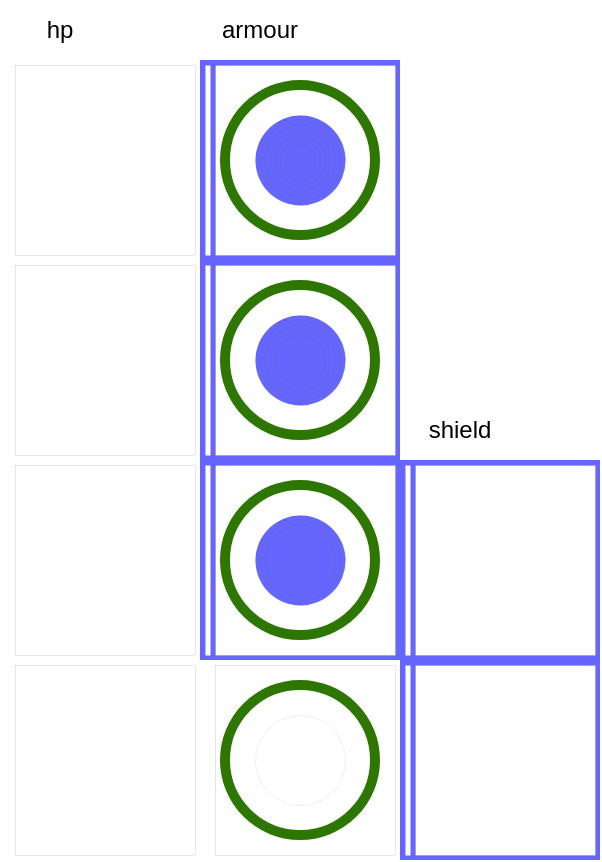
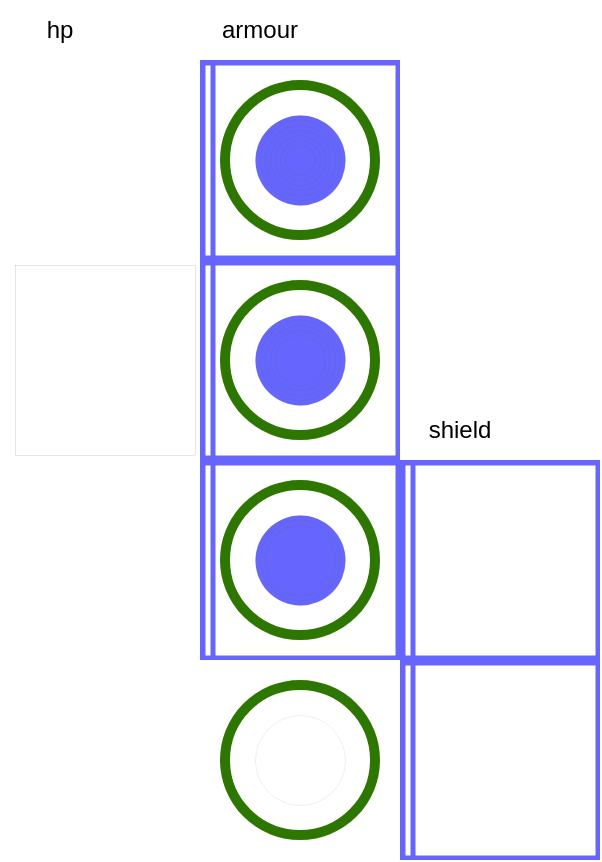
<mxfile host="app.diagrams.net">
  <diagram name="Page-1" id="KikZnoemQzJRmgo_Nf1N">
-     <mxGraphModel dx="1343" dy="951" grid="1" gridSize="10" guides="1" tooltips="1" connect="1" arrows="1" fold="1" page="0" pageScale="1" pageWidth="827" pageHeight="1169" background="light-dark(#FFFFFF,#000000)" math="0" shadow="0">
+     <mxGraphModel dx="920" dy="871" grid="1" gridSize="10" guides="1" tooltips="1" connect="1" arrows="1" fold="1" page="0" pageScale="1" pageWidth="827" pageHeight="1169" background="light-dark(#FFFFFF,#000000)" math="0" shadow="0">
      <root>
        <mxCell id="0" />
        <mxCell id="1" parent="0" />
        <mxCell id="3jn33aCC5bAfk1X9Khsv-44" parent="1" style="rounded=0;whiteSpace=wrap;html=1;strokeColor=none;fillStyle=solid;fillColor=light-dark(#6666FF,#001933);" value="" vertex="1">
          <mxGeometry height="100" width="100" x="50" y="-50" as="geometry" />
        </mxCell>
-         <mxCell id="3jn33aCC5bAfk1X9Khsv-45" parent="1" style="rounded=0;whiteSpace=wrap;html=1;fillColor=light-dark(#FFFFFF,#007FFF);strokeColor=light-dark(#000000,#000000);strokeWidth=0;perimeterSpacing=0;glass=0;shadow=0;" value="" vertex="1">
+         <mxCell id="3jn33aCC5bAfk1X9Khsv-45" parent="1" style="rounded=0;whiteSpace=wrap;html=1;fillColor=light-dark(#FFFFFF,#007FFF);strokeColor=none;strokeWidth=0;perimeterSpacing=0;glass=0;shadow=0;" value="" vertex="1">
          <mxGeometry height="95" width="90" x="57.5" y="-47.5" as="geometry" />
        </mxCell>
        <mxCell id="3jn33aCC5bAfk1X9Khsv-8" parent="1" style="rounded=0;whiteSpace=wrap;html=1;strokeColor=none;fillStyle=solid;fillColor=light-dark(#6666FF,#003300);" value="" vertex="1">
          <mxGeometry height="100" width="100" x="-50" y="-50" as="geometry" />
        </mxCell>
-         <mxCell id="3jn33aCC5bAfk1X9Khsv-1" parent="1" style="rounded=0;whiteSpace=wrap;html=1;fillColor=light-dark(#FFFFFF,#00CC00);strokeColor=light-dark(#000000,#000000);strokeWidth=0;perimeterSpacing=0;glass=0;shadow=0;" value="" vertex="1">
+         <mxCell id="3jn33aCC5bAfk1X9Khsv-1" parent="1" style="rounded=0;whiteSpace=wrap;html=1;fillColor=light-dark(#FFFFFF,#00CC00);strokeColor=none;strokeWidth=0;perimeterSpacing=0;glass=0;shadow=0;" value="" vertex="1">
          <mxGeometry height="95" width="90" x="-42.5" y="-47.5" as="geometry" />
        </mxCell>
        <mxCell id="3jn33aCC5bAfk1X9Khsv-5" parent="1" style="ellipse;whiteSpace=wrap;html=1;aspect=fixed;fillColor=none;fontColor=#ffffff;strokeColor=light-dark(#2D7600,#6600CC);fillStyle=solid;gradientColor=default;gradientDirection=radial;strokeWidth=5;" value="" vertex="1">
          <mxGeometry height="75" width="75" x="-37.5" y="-37.5" as="geometry" />
        </mxCell>
        <mxCell id="3jn33aCC5bAfk1X9Khsv-6" parent="1" style="ellipse;whiteSpace=wrap;html=1;aspect=fixed;fillColor=light-dark(#6666FF,#3333FF);fontColor=#ffffff;strokeColor=light-dark(#2D7600,#3333FF);fillStyle=auto;gradientColor=none;gradientDirection=radial;strokeWidth=0;" value="" vertex="1">
          <mxGeometry height="45" width="45" x="-22.5" y="-22.5" as="geometry" />
        </mxCell>
        <mxCell id="3jn33aCC5bAfk1X9Khsv-19" parent="1" style="rounded=0;whiteSpace=wrap;html=1;fillColor=light-dark(#FFFFFF,#00FF00);strokeColor=none;strokeWidth=0;" value="" vertex="1">
          <mxGeometry height="95" width="2.5" x="-47.5" y="-47.5" as="geometry" />
        </mxCell>
        <mxCell id="3jn33aCC5bAfk1X9Khsv-24" parent="1" style="rounded=0;whiteSpace=wrap;html=1;strokeColor=none;fillStyle=solid;fillColor=light-dark(#FFFFFF,#1A1A1A);" value="" vertex="1">
          <mxGeometry height="100" width="100" x="-50" y="50" as="geometry" />
        </mxCell>
-         <mxCell id="3jn33aCC5bAfk1X9Khsv-25" parent="1" style="rounded=0;whiteSpace=wrap;html=1;fillColor=light-dark(#FFFFFF,#808080);strokeColor=light-dark(#000000,#000000);strokeWidth=0;perimeterSpacing=0;glass=0;shadow=0;" value="" vertex="1">
+         <mxCell id="3jn33aCC5bAfk1X9Khsv-25" parent="1" style="rounded=0;whiteSpace=wrap;html=1;fillColor=light-dark(#FFFFFF,#808080);strokeColor=none;strokeWidth=0;perimeterSpacing=0;glass=0;shadow=0;" value="" vertex="1">
          <mxGeometry height="95" width="90" x="-42.5" y="52.5" as="geometry" />
        </mxCell>
        <mxCell id="3jn33aCC5bAfk1X9Khsv-26" parent="1" style="ellipse;whiteSpace=wrap;html=1;aspect=fixed;fillColor=none;fontColor=#ffffff;strokeColor=light-dark(#2D7600,#1A1A1A);fillStyle=auto;gradientColor=none;gradientDirection=north;strokeWidth=5;" value="" vertex="1">
          <mxGeometry height="75" width="75" x="-37.5" y="62.5" as="geometry" />
        </mxCell>
        <mxCell id="3jn33aCC5bAfk1X9Khsv-27" parent="1" style="ellipse;whiteSpace=wrap;html=1;aspect=fixed;fillColor=light-dark(transparent,#1A1A1A);fontColor=#ffffff;strokeColor=light-dark(#2D7600,#000000);fillStyle=auto;gradientColor=none;gradientDirection=radial;strokeWidth=0;" value="" vertex="1">
          <mxGeometry height="45" width="45" x="-22.5" y="77.5" as="geometry" />
        </mxCell>
        <mxCell id="3jn33aCC5bAfk1X9Khsv-28" parent="1" style="rounded=0;whiteSpace=wrap;html=1;fillColor=light-dark(#FFFFFF,#000000);strokeColor=none;strokeWidth=0;" value="" vertex="1">
          <mxGeometry height="95" width="2.5" x="-47.5" y="52.5" as="geometry" />
        </mxCell>
        <mxCell id="3jn33aCC5bAfk1X9Khsv-29" parent="1" style="text;html=1;whiteSpace=wrap;strokeColor=none;fillColor=none;align=center;verticalAlign=middle;rounded=0;" value="shield" vertex="1">
          <mxGeometry height="30" width="60" x="50" y="-80" as="geometry" />
        </mxCell>
-         <mxCell id="3jn33aCC5bAfk1X9Khsv-48" parent="1" style="rounded=0;whiteSpace=wrap;html=1;fillColor=light-dark(#FFFFFF,#00FF00);strokeColor=none;strokeWidth=0;" value="" vertex="1">
+         <mxCell id="3jn33aCC5bAfk1X9Khsv-48" parent="1" style="rounded=0;whiteSpace=wrap;html=1;fillColor=light-dark(#FFFFFF,#00FFFF);strokeColor=none;strokeWidth=0;" value="" vertex="1">
          <mxGeometry height="95" width="2.5" x="52.5" y="-47.5" as="geometry" />
        </mxCell>
        <mxCell id="3jn33aCC5bAfk1X9Khsv-51" parent="1" style="shape=xor;whiteSpace=wrap;html=1;rotation=90;strokeColor=none;fillColor=light-dark(#FFFFFF,#3333FF);" value="" vertex="1">
          <mxGeometry height="75" width="75" x="62.5" y="-37.5" as="geometry" />
        </mxCell>
        <mxCell id="3jn33aCC5bAfk1X9Khsv-54" parent="1" style="rounded=0;whiteSpace=wrap;html=1;strokeColor=none;fillStyle=solid;fillColor=light-dark(#6666FF,#1A1A1A);" value="" vertex="1">
          <mxGeometry height="100" width="100" x="50" y="50" as="geometry" />
        </mxCell>
-         <mxCell id="3jn33aCC5bAfk1X9Khsv-55" parent="1" style="rounded=0;whiteSpace=wrap;html=1;fillColor=light-dark(#FFFFFF,#808080);strokeColor=light-dark(#000000,#000000);strokeWidth=0;perimeterSpacing=0;glass=0;shadow=0;" value="" vertex="1">
+         <mxCell id="3jn33aCC5bAfk1X9Khsv-55" parent="1" style="rounded=0;whiteSpace=wrap;html=1;fillColor=light-dark(#FFFFFF,#808080);strokeColor=none;strokeWidth=0;perimeterSpacing=0;glass=0;shadow=0;" value="" vertex="1">
          <mxGeometry height="95" width="90" x="57.5" y="52.5" as="geometry" />
        </mxCell>
        <mxCell id="3jn33aCC5bAfk1X9Khsv-56" parent="1" style="rounded=0;whiteSpace=wrap;html=1;fillColor=light-dark(#FFFFFF,#000000);strokeColor=none;strokeWidth=0;" value="" vertex="1">
          <mxGeometry height="95" width="2.5" x="52.5" y="52.5" as="geometry" />
        </mxCell>
        <mxCell id="3jn33aCC5bAfk1X9Khsv-57" parent="1" style="shape=xor;whiteSpace=wrap;html=1;rotation=90;strokeColor=none;fillColor=light-dark(#FFFFFF,#1A1A1A);" value="" vertex="1">
          <mxGeometry height="75" width="75" x="62.5" y="62.5" as="geometry" />
        </mxCell>
        <mxCell id="3jn33aCC5bAfk1X9Khsv-58" parent="1" style="text;html=1;whiteSpace=wrap;strokeColor=none;fillColor=none;align=center;verticalAlign=middle;rounded=0;" value="armour" vertex="1">
          <mxGeometry height="30" width="60" x="-50" y="-280" as="geometry" />
        </mxCell>
        <mxCell id="3jn33aCC5bAfk1X9Khsv-59" parent="1" style="rounded=0;whiteSpace=wrap;html=1;strokeColor=none;fillStyle=solid;fillColor=light-dark(#6666FF,#001933);" value="" vertex="1">
          <mxGeometry height="100" width="100" x="-50" y="-150" as="geometry" />
        </mxCell>
-         <mxCell id="3jn33aCC5bAfk1X9Khsv-60" parent="1" style="rounded=0;whiteSpace=wrap;html=1;fillColor=light-dark(#FFFFFF,#007FFF);strokeColor=light-dark(#000000,#000000);strokeWidth=0;perimeterSpacing=0;glass=0;shadow=0;" value="" vertex="1">
+         <mxCell id="3jn33aCC5bAfk1X9Khsv-60" parent="1" style="rounded=0;whiteSpace=wrap;html=1;fillColor=light-dark(#FFFFFF,#007FFF);strokeColor=none;strokeWidth=0;perimeterSpacing=0;glass=0;shadow=0;" value="" vertex="1">
          <mxGeometry height="95" width="90" x="-42.5" y="-147.5" as="geometry" />
        </mxCell>
        <mxCell id="3jn33aCC5bAfk1X9Khsv-61" parent="1" style="ellipse;whiteSpace=wrap;html=1;aspect=fixed;fillColor=none;fontColor=#ffffff;strokeColor=light-dark(#2D7600,#00CC00);fillStyle=solid;gradientColor=default;gradientDirection=radial;strokeWidth=5;" value="" vertex="1">
          <mxGeometry height="75" width="75" x="-37.5" y="-137.5" as="geometry" />
        </mxCell>
        <mxCell id="3jn33aCC5bAfk1X9Khsv-62" parent="1" style="ellipse;whiteSpace=wrap;html=1;aspect=fixed;fillColor=light-dark(#6666FF,#FFFF00);fontColor=#ffffff;strokeColor=light-dark(#2D7600,#3333FF);fillStyle=auto;gradientColor=none;gradientDirection=radial;strokeWidth=0;" value="" vertex="1">
          <mxGeometry height="45" width="45" x="-22.5" y="-122.5" as="geometry" />
        </mxCell>
        <mxCell id="3jn33aCC5bAfk1X9Khsv-63" parent="1" style="rounded=0;whiteSpace=wrap;html=1;fillColor=light-dark(#FFFFFF,#00FFFF);strokeColor=none;strokeWidth=0;" value="" vertex="1">
          <mxGeometry height="95" width="2.5" x="-47.5" y="-147.5" as="geometry" />
        </mxCell>
        <mxCell id="3jn33aCC5bAfk1X9Khsv-64" parent="1" style="rounded=0;whiteSpace=wrap;html=1;strokeColor=none;fillStyle=solid;fillColor=light-dark(#6666FF,#330033);" value="" vertex="1">
          <mxGeometry height="100" width="100" x="-50" y="-250" as="geometry" />
        </mxCell>
-         <mxCell id="3jn33aCC5bAfk1X9Khsv-65" parent="1" style="rounded=0;whiteSpace=wrap;html=1;fillColor=light-dark(#FFFFFF,#990099);strokeColor=light-dark(#000000,#000000);strokeWidth=0;perimeterSpacing=0;glass=0;shadow=0;" value="" vertex="1">
+         <mxCell id="3jn33aCC5bAfk1X9Khsv-65" parent="1" style="rounded=0;whiteSpace=wrap;html=1;fillColor=light-dark(#FFFFFF,#990099);strokeColor=none;strokeWidth=0;perimeterSpacing=0;glass=0;shadow=0;" value="" vertex="1">
          <mxGeometry height="95" width="90" x="-42.5" y="-247.5" as="geometry" />
        </mxCell>
        <mxCell id="3jn33aCC5bAfk1X9Khsv-66" parent="1" style="ellipse;whiteSpace=wrap;html=1;aspect=fixed;fillColor=none;fontColor=#ffffff;strokeColor=light-dark(#2D7600,#4C0099);fillStyle=solid;gradientColor=default;gradientDirection=radial;strokeWidth=5;" value="" vertex="1">
          <mxGeometry height="75" width="75" x="-37.5" y="-237.5" as="geometry" />
        </mxCell>
        <mxCell id="3jn33aCC5bAfk1X9Khsv-67" parent="1" style="ellipse;whiteSpace=wrap;html=1;aspect=fixed;fillColor=light-dark(#6666FF,#FF0000);fontColor=#ffffff;strokeColor=light-dark(#2D7600,#FF0000);fillStyle=auto;gradientColor=none;gradientDirection=radial;strokeWidth=0;" value="" vertex="1">
          <mxGeometry height="45" width="45" x="-22.5" y="-222.5" as="geometry" />
        </mxCell>
        <mxCell id="3jn33aCC5bAfk1X9Khsv-68" parent="1" style="rounded=0;whiteSpace=wrap;html=1;fillColor=light-dark(#FFFFFF,#FF00FF);strokeColor=none;strokeWidth=0;" value="" vertex="1">
          <mxGeometry height="95" width="2.5" x="-47.5" y="-247.5" as="geometry" />
        </mxCell>
        <mxCell id="3jn33aCC5bAfk1X9Khsv-69" parent="1" style="ellipse;whiteSpace=wrap;html=1;aspect=fixed;fillColor=light-dark(#6666FF,#FFFF00);fontColor=#ffffff;strokeColor=light-dark(#2D7600,#FF0000);fillStyle=auto;gradientColor=none;gradientDirection=radial;strokeWidth=0;" value="" vertex="1">
          <mxGeometry height="40" width="40" x="-20" y="-220" as="geometry" />
        </mxCell>
        <mxCell id="3jn33aCC5bAfk1X9Khsv-70" parent="1" style="ellipse;whiteSpace=wrap;html=1;aspect=fixed;fillColor=light-dark(#6666FF,#FF0000);fontColor=#ffffff;strokeColor=light-dark(#2D7600,#FF0000);fillStyle=auto;gradientColor=none;gradientDirection=radial;strokeWidth=0;" value="" vertex="1">
          <mxGeometry height="35" width="35" x="-17.5" y="-217.5" as="geometry" />
        </mxCell>
        <mxCell id="3jn33aCC5bAfk1X9Khsv-71" parent="1" style="ellipse;whiteSpace=wrap;html=1;aspect=fixed;fillColor=light-dark(#6666FF,#FFFF00);fontColor=#ffffff;strokeColor=light-dark(#2D7600,#FF0000);fillStyle=auto;gradientColor=none;gradientDirection=radial;strokeWidth=0;" value="" vertex="1">
          <mxGeometry height="30" width="30" x="-15" y="-215" as="geometry" />
        </mxCell>
        <mxCell id="3jn33aCC5bAfk1X9Khsv-72" parent="1" style="ellipse;whiteSpace=wrap;html=1;aspect=fixed;fillColor=light-dark(#6666FF,#FF0000);fontColor=#ffffff;strokeColor=light-dark(#2D7600,#FF0000);fillStyle=auto;gradientColor=none;gradientDirection=radial;strokeWidth=0;" value="" vertex="1">
          <mxGeometry height="25" width="25" x="-12.5" y="-212.5" as="geometry" />
        </mxCell>
        <mxCell id="3jn33aCC5bAfk1X9Khsv-73" parent="1" style="ellipse;whiteSpace=wrap;html=1;aspect=fixed;fillColor=light-dark(#6666FF,#FFFF00);fontColor=#ffffff;strokeColor=light-dark(#2D7600,#FF0000);fillStyle=auto;gradientColor=none;gradientDirection=radial;strokeWidth=0;" value="" vertex="1">
          <mxGeometry height="20" width="20" x="-10" y="-210" as="geometry" />
        </mxCell>
        <mxCell id="3jn33aCC5bAfk1X9Khsv-74" parent="1" style="ellipse;whiteSpace=wrap;html=1;aspect=fixed;fillColor=light-dark(#6666FF,#FF0000);fontColor=#ffffff;strokeColor=light-dark(#2D7600,#FF0000);fillStyle=auto;gradientColor=none;gradientDirection=radial;strokeWidth=0;" value="" vertex="1">
          <mxGeometry height="15" width="15" x="-7.5" y="-207.5" as="geometry" />
        </mxCell>
        <mxCell id="3jn33aCC5bAfk1X9Khsv-75" parent="1" style="ellipse;whiteSpace=wrap;html=1;aspect=fixed;fillColor=light-dark(#6666FF,#7F00FF);fontColor=#ffffff;strokeColor=light-dark(#2D7600,#FF0000);fillStyle=auto;gradientColor=none;gradientDirection=radial;strokeWidth=0;" value="" vertex="1">
          <mxGeometry height="40" width="40" x="-20" y="-20" as="geometry" />
        </mxCell>
        <mxCell id="3jn33aCC5bAfk1X9Khsv-76" parent="1" style="ellipse;whiteSpace=wrap;html=1;aspect=fixed;fillColor=light-dark(#6666FF,#3333FF);fontColor=#ffffff;strokeColor=light-dark(#2D7600,#FF0000);fillStyle=auto;gradientColor=none;gradientDirection=radial;strokeWidth=0;" value="" vertex="1">
          <mxGeometry height="35" width="35" x="-17.5" y="-17.5" as="geometry" />
        </mxCell>
        <mxCell id="3jn33aCC5bAfk1X9Khsv-77" parent="1" style="ellipse;whiteSpace=wrap;html=1;aspect=fixed;fillColor=light-dark(#6666FF,#009900);fontColor=#ffffff;strokeColor=light-dark(#2D7600,#FF0000);fillStyle=auto;gradientColor=none;gradientDirection=radial;strokeWidth=0;" value="" vertex="1">
          <mxGeometry height="40" width="40" x="-20" y="-120" as="geometry" />
        </mxCell>
        <mxCell id="3jn33aCC5bAfk1X9Khsv-78" parent="1" style="ellipse;whiteSpace=wrap;html=1;aspect=fixed;fillColor=light-dark(#6666FF,#FFFF00);fontColor=#ffffff;strokeColor=light-dark(#2D7600,#FF0000);fillStyle=auto;gradientColor=none;gradientDirection=radial;strokeWidth=0;" value="" vertex="1">
          <mxGeometry height="35" width="35" x="-17.5" y="-117.5" as="geometry" />
        </mxCell>
        <mxCell id="3jn33aCC5bAfk1X9Khsv-80" parent="1" style="ellipse;whiteSpace=wrap;html=1;aspect=fixed;fillColor=light-dark(#6666FF,#009900);fontColor=#ffffff;strokeColor=light-dark(#2D7600,#FF0000);fillStyle=auto;gradientColor=none;gradientDirection=radial;strokeWidth=0;" value="" vertex="1">
          <mxGeometry height="30" width="30" x="-15" y="-115" as="geometry" />
        </mxCell>
        <mxCell id="3jn33aCC5bAfk1X9Khsv-79" parent="1" style="ellipse;whiteSpace=wrap;html=1;aspect=fixed;fillColor=light-dark(#6666FF,#FFFF00);fontColor=#ffffff;strokeColor=light-dark(#2D7600,#FF0000);fillStyle=auto;gradientColor=none;gradientDirection=radial;strokeWidth=0;" value="" vertex="1">
          <mxGeometry height="25" width="25" x="-12.5" y="-112.5" as="geometry" />
        </mxCell>
        <mxCell id="pmXUl5aB7eLbw3uOuLim-1" parent="1" style="rounded=0;whiteSpace=wrap;html=1;strokeColor=none;fillStyle=solid;fillColor=light-dark(#FFFFFF,#330000);" value="" vertex="1">
          <mxGeometry height="100" width="100" x="-150" y="50" as="geometry" />
        </mxCell>
-         <mxCell id="pmXUl5aB7eLbw3uOuLim-2" parent="1" style="rounded=0;whiteSpace=wrap;html=1;fillColor=light-dark(#FFFFFF,#990000);strokeColor=light-dark(#000000,#000000);strokeWidth=0;perimeterSpacing=0;glass=0;shadow=0;" value="" vertex="1">
+         <mxCell id="pmXUl5aB7eLbw3uOuLim-2" parent="1" style="rounded=0;whiteSpace=wrap;html=1;fillColor=light-dark(#FFFFFF,#990000);strokeColor=none;strokeWidth=0;perimeterSpacing=0;glass=0;shadow=0;" value="" vertex="1">
          <mxGeometry height="95" width="90" x="-142.5" y="52.5" as="geometry" />
        </mxCell>
        <mxCell id="pmXUl5aB7eLbw3uOuLim-5" parent="1" style="rounded=0;whiteSpace=wrap;html=1;fillColor=light-dark(#FFFFFF,#FF0000);strokeColor=none;strokeWidth=0;" value="" vertex="1">
          <mxGeometry height="95" width="2.5" x="-147.5" y="52.5" as="geometry" />
        </mxCell>
-         <mxCell id="pmXUl5aB7eLbw3uOuLim-6" parent="1" style="rounded=0;whiteSpace=wrap;html=1;fillColor=light-dark(#FFFFFF,#009900);strokeColor=none;" value="" vertex="1">
+         <mxCell id="pmXUl5aB7eLbw3uOuLim-6" parent="1" style="rounded=0;whiteSpace=wrap;html=1;fillColor=light-dark(#FFFFFF,#009900);strokeColor=none;fillStyle=auto;" value="" vertex="1">
          <mxGeometry height="15" width="60" x="-130" y="92.5" as="geometry" />
        </mxCell>
-         <mxCell id="pmXUl5aB7eLbw3uOuLim-7" parent="1" style="rounded=0;whiteSpace=wrap;html=1;rotation=90;fillColor=light-dark(#FFFFFF,#009900);strokeColor=none;" value="" vertex="1">
+         <mxCell id="pmXUl5aB7eLbw3uOuLim-7" parent="1" style="rounded=0;whiteSpace=wrap;html=1;rotation=90;fillColor=light-dark(#FFFFFF,#009900);strokeColor=none;fillStyle=auto;" value="" vertex="1">
          <mxGeometry height="15" width="60" x="-130" y="92.5" as="geometry" />
        </mxCell>
        <mxCell id="pmXUl5aB7eLbw3uOuLim-8" parent="1" style="rounded=0;whiteSpace=wrap;html=1;strokeColor=none;fillStyle=solid;fillColor=light-dark(#FFFFFF,#003300);" value="" vertex="1">
          <mxGeometry height="100" width="100" x="-150" y="-50" as="geometry" />
        </mxCell>
-         <mxCell id="pmXUl5aB7eLbw3uOuLim-9" parent="1" style="rounded=0;whiteSpace=wrap;html=1;fillColor=light-dark(#FFFFFF,#FFFFFF);strokeColor=light-dark(#000000,#000000);strokeWidth=0;perimeterSpacing=0;glass=0;shadow=0;" value="" vertex="1">
+         <mxCell id="pmXUl5aB7eLbw3uOuLim-9" parent="1" style="rounded=0;whiteSpace=wrap;html=1;fillColor=light-dark(#FFFFFF,#FFFFFF);strokeColor=none;strokeWidth=0;perimeterSpacing=0;glass=0;shadow=0;" value="" vertex="1">
          <mxGeometry height="95" width="90" x="-142.5" y="-47.5" as="geometry" />
        </mxCell>
        <mxCell id="pmXUl5aB7eLbw3uOuLim-10" parent="1" style="rounded=0;whiteSpace=wrap;html=1;fillColor=light-dark(#FFFFFF,#00FF00);strokeColor=none;strokeWidth=0;" value="" vertex="1">
          <mxGeometry height="95" width="2.5" x="-147.5" y="-47.5" as="geometry" />
        </mxCell>
        <mxCell id="pmXUl5aB7eLbw3uOuLim-11" parent="1" style="rounded=0;whiteSpace=wrap;html=1;fillColor=light-dark(#FFFFFF,#009900);strokeColor=none;" value="" vertex="1">
          <mxGeometry height="15" width="60" x="-130" y="-7.5" as="geometry" />
        </mxCell>
        <mxCell id="pmXUl5aB7eLbw3uOuLim-12" parent="1" style="rounded=0;whiteSpace=wrap;html=1;rotation=90;fillColor=light-dark(#FFFFFF,#009900);strokeColor=none;" value="" vertex="1">
          <mxGeometry height="15" width="60" x="-130" y="-7.5" as="geometry" />
        </mxCell>
        <mxCell id="pmXUl5aB7eLbw3uOuLim-13" parent="1" style="rounded=0;whiteSpace=wrap;html=1;strokeColor=none;fillStyle=solid;fillColor=light-dark(#FFFFFF,#001933);" value="" vertex="1">
          <mxGeometry height="100" width="100" x="-150" y="-150" as="geometry" />
        </mxCell>
        <mxCell id="pmXUl5aB7eLbw3uOuLim-14" parent="1" style="rounded=0;whiteSpace=wrap;html=1;fillColor=light-dark(#FFFFFF,#3333FF);strokeColor=light-dark(#000000,#000000);strokeWidth=0;perimeterSpacing=0;glass=0;shadow=0;" value="" vertex="1">
          <mxGeometry height="95" width="90" x="-142.5" y="-147.5" as="geometry" />
        </mxCell>
        <mxCell id="pmXUl5aB7eLbw3uOuLim-15" parent="1" style="rounded=0;whiteSpace=wrap;html=1;fillColor=light-dark(#FFFFFF,#00FFFF);strokeColor=none;strokeWidth=0;" value="" vertex="1">
          <mxGeometry height="95" width="2.5" x="-147.5" y="-147.5" as="geometry" />
        </mxCell>
-         <mxCell id="pmXUl5aB7eLbw3uOuLim-16" parent="1" style="rounded=0;whiteSpace=wrap;html=1;fillColor=light-dark(#FFFFFF,#FFCCE6);strokeColor=none;" value="" vertex="1">
+         <mxCell id="pmXUl5aB7eLbw3uOuLim-16" parent="1" style="rounded=0;whiteSpace=wrap;html=1;fillColor=light-dark(#FFFFFF,#3399FF);strokeColor=none;" value="" vertex="1">
          <mxGeometry height="15" width="60" x="-130" y="-107.5" as="geometry" />
        </mxCell>
-         <mxCell id="pmXUl5aB7eLbw3uOuLim-17" parent="1" style="rounded=0;whiteSpace=wrap;html=1;rotation=90;fillColor=light-dark(#FFFFFF,#FFCCE6);strokeColor=none;" value="" vertex="1">
+         <mxCell id="pmXUl5aB7eLbw3uOuLim-17" parent="1" style="rounded=0;whiteSpace=wrap;html=1;rotation=90;fillColor=light-dark(#FFFFFF,#3399FF);strokeColor=none;" value="" vertex="1">
          <mxGeometry height="15" width="60" x="-130" y="-107.5" as="geometry" />
        </mxCell>
        <mxCell id="pmXUl5aB7eLbw3uOuLim-18" parent="1" style="rounded=0;whiteSpace=wrap;html=1;strokeColor=none;fillStyle=solid;fillColor=light-dark(#FFFFFF,#330033);" value="" vertex="1">
          <mxGeometry height="100" width="100" x="-150" y="-250" as="geometry" />
        </mxCell>
-         <mxCell id="pmXUl5aB7eLbw3uOuLim-19" parent="1" style="rounded=0;whiteSpace=wrap;html=1;fillColor=light-dark(#FFFFFF,#6600CC);strokeColor=light-dark(#000000,#000000);strokeWidth=0;perimeterSpacing=0;glass=0;shadow=0;" value="" vertex="1">
+         <mxCell id="pmXUl5aB7eLbw3uOuLim-19" parent="1" style="rounded=0;whiteSpace=wrap;html=1;fillColor=light-dark(#FFFFFF,#6600CC);strokeColor=none;strokeWidth=0;perimeterSpacing=0;glass=0;shadow=0;" value="" vertex="1">
          <mxGeometry height="95" width="90" x="-142.5" y="-247.5" as="geometry" />
        </mxCell>
        <mxCell id="pmXUl5aB7eLbw3uOuLim-20" parent="1" style="rounded=0;whiteSpace=wrap;html=1;fillColor=light-dark(#FFFFFF,#FF00FF);strokeColor=none;strokeWidth=0;" value="" vertex="1">
          <mxGeometry height="95" width="2.5" x="-147.5" y="-247.5" as="geometry" />
        </mxCell>
-         <mxCell id="pmXUl5aB7eLbw3uOuLim-21" parent="1" style="rounded=0;whiteSpace=wrap;html=1;fillColor=light-dark(#FFFFFF,#FFCCE6);strokeColor=none;" value="" vertex="1">
-           <mxGeometry height="15" width="60" x="-130" y="-207.5" as="geometry" />
-         </mxCell>
-         <mxCell id="pmXUl5aB7eLbw3uOuLim-22" parent="1" style="rounded=0;whiteSpace=wrap;html=1;rotation=90;fillColor=light-dark(#FFFFFF,#FFCCE6);strokeColor=none;" value="" vertex="1">
+         <mxCell id="pmXUl5aB7eLbw3uOuLim-21" parent="1" style="rounded=0;whiteSpace=wrap;html=1;fillColor=light-dark(#FFFFFF,#9933FF);strokeColor=none;" value="" vertex="1">
          <mxGeometry height="15" width="60" x="-130" y="-207.5" as="geometry" />
        </mxCell>
        <mxCell id="pmXUl5aB7eLbw3uOuLim-23" parent="1" style="text;html=1;whiteSpace=wrap;strokeColor=none;fillColor=none;align=center;verticalAlign=middle;rounded=0;" value="&lt;div&gt;hp&lt;/div&gt;" vertex="1">
          <mxGeometry height="30" width="60" x="-150" y="-280" as="geometry" />
+         </mxCell>
+         <mxCell id="ANHCwYLdZ5Bjf4xanpkS-2" parent="1" style="rounded=0;whiteSpace=wrap;html=1;fillColor=light-dark(#FFFFFF,#009900);strokeColor=none;" value="" vertex="1">
+           <mxGeometry height="10" width="55" x="-127.5" y="-105" as="geometry" />
+         </mxCell>
+         <mxCell id="ANHCwYLdZ5Bjf4xanpkS-3" parent="1" style="rounded=0;whiteSpace=wrap;html=1;rotation=90;fillColor=light-dark(#FFFFFF,#009900);strokeColor=none;" value="" vertex="1">
+           <mxGeometry height="10" width="55" x="-127.5" y="-105" as="geometry" />
+         </mxCell>
+         <mxCell id="ANHCwYLdZ5Bjf4xanpkS-4" parent="1" style="rounded=0;whiteSpace=wrap;html=1;fillColor=light-dark(#FFFFFF,#3399FF);strokeColor=none;" value="" vertex="1">
+           <mxGeometry height="5" width="50" x="-125" y="-102.5" as="geometry" />
+         </mxCell>
+         <mxCell id="ANHCwYLdZ5Bjf4xanpkS-5" parent="1" style="rounded=0;whiteSpace=wrap;html=1;rotation=90;fillColor=light-dark(#FFFFFF,#3399FF);strokeColor=none;" value="" vertex="1">
+           <mxGeometry height="5" width="50" x="-125" y="-102.5" as="geometry" />
+         </mxCell>
+         <mxCell id="ANHCwYLdZ5Bjf4xanpkS-7" parent="1" style="rounded=0;whiteSpace=wrap;html=1;rotation=90;fillColor=light-dark(#FFFFFF,#9933FF);strokeColor=none;" value="" vertex="1">
+           <mxGeometry height="15" width="60" x="-130" y="-207.5" as="geometry" />
+         </mxCell>
+         <mxCell id="ANHCwYLdZ5Bjf4xanpkS-8" parent="1" style="rounded=0;whiteSpace=wrap;html=1;fillColor=light-dark(#FFFFFF,#3399FF);strokeColor=none;" value="" vertex="1">
+           <mxGeometry height="10" width="55" x="-127.5" y="-205" as="geometry" />
+         </mxCell>
+         <mxCell id="ANHCwYLdZ5Bjf4xanpkS-9" parent="1" style="rounded=0;whiteSpace=wrap;html=1;rotation=90;fillColor=light-dark(#FFFFFF,#3399FF);strokeColor=none;" value="" vertex="1">
+           <mxGeometry height="10" width="55" x="-127.5" y="-205" as="geometry" />
+         </mxCell>
+         <mxCell id="ANHCwYLdZ5Bjf4xanpkS-10" parent="1" style="rounded=0;whiteSpace=wrap;html=1;fillColor=light-dark(#FFFFFF,#9933FF);strokeColor=none;" value="" vertex="1">
+           <mxGeometry height="5" width="50" x="-125" y="-202.5" as="geometry" />
+         </mxCell>
+         <mxCell id="ANHCwYLdZ5Bjf4xanpkS-11" parent="1" style="rounded=0;whiteSpace=wrap;html=1;rotation=90;fillColor=light-dark(#FFFFFF,#9933FF);strokeColor=none;" value="" vertex="1">
+           <mxGeometry height="5" width="50" x="-125" y="-202.5" as="geometry" />
        </mxCell>
      </root>
    </mxGraphModel>
  </diagram>
</mxfile>
